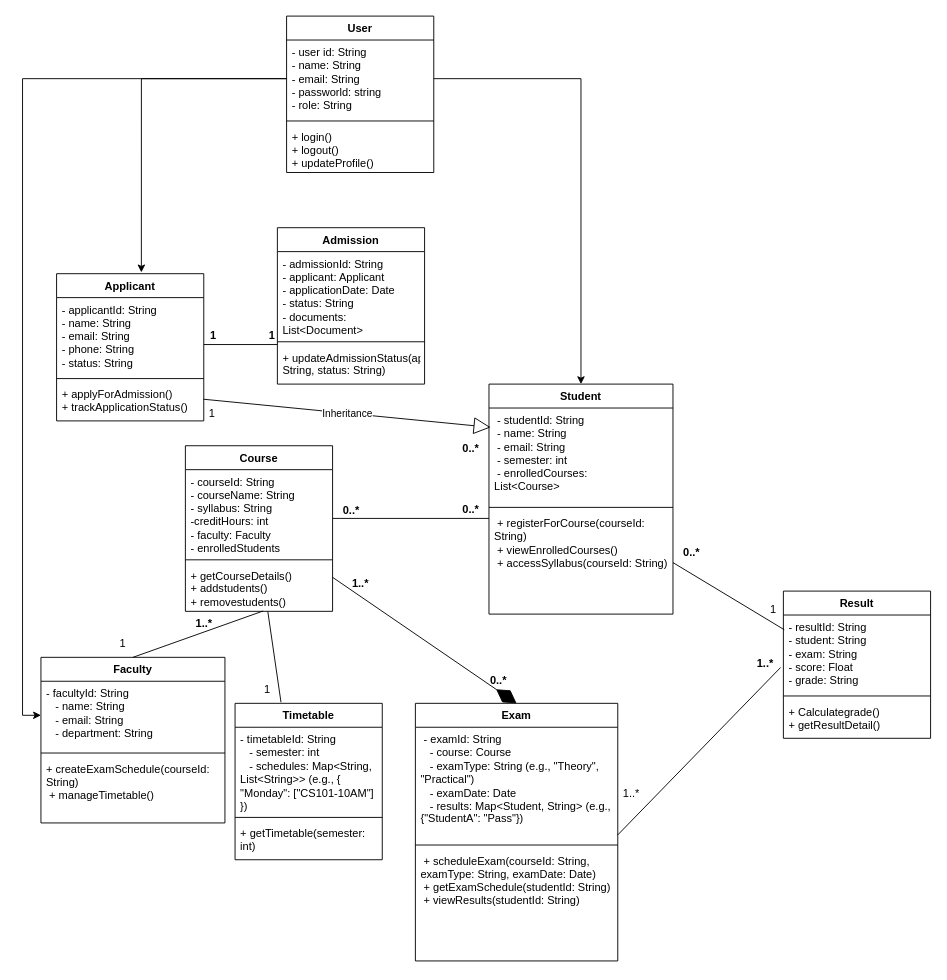
Above: Untitled Diagram.drawio in AdityaJyoti2002/Tic-Tac-Toe (draw.io), before the change. Source tidied: cells renumbered, new cells numbered last; positions are measured from the earlier drawing's top-left corner, leaving out a move shared by most shapes. Both pictures are drawn from the tidied source at 92%, with x=0, y=0 at pixel (40, 16).
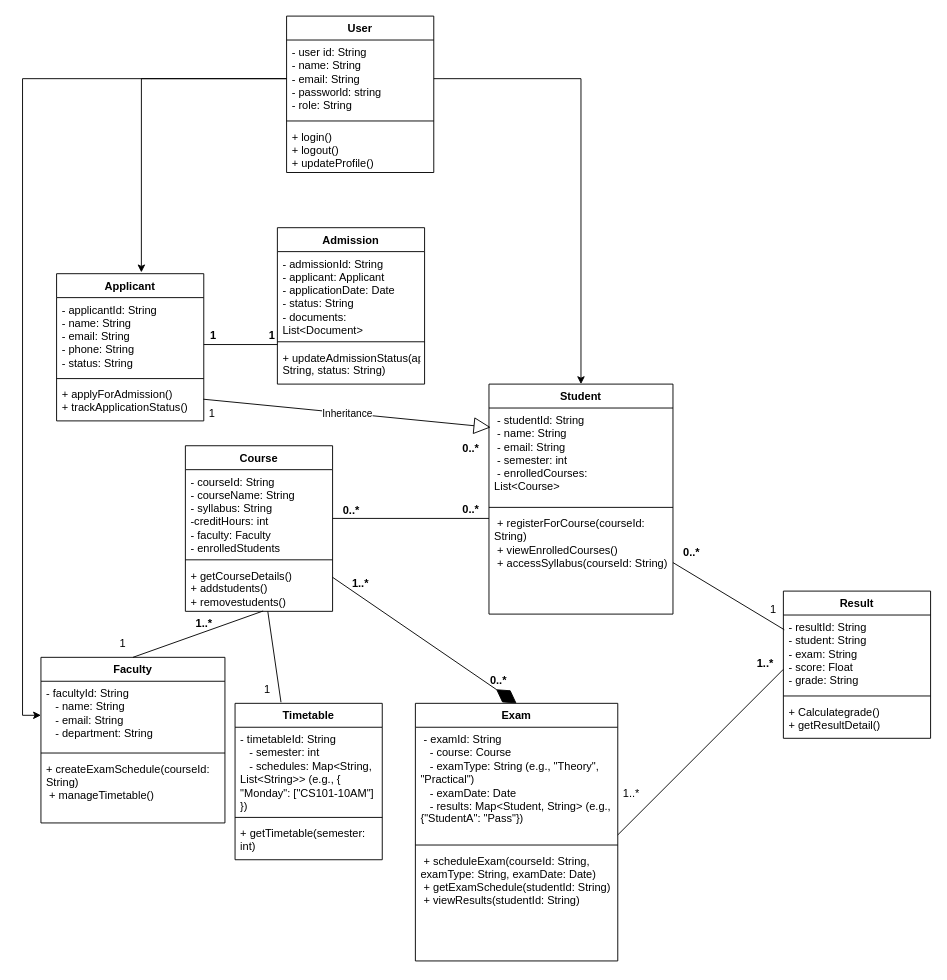
The same page after the edit.

Unchanged cells that the change refers to:
```xml
<mxCell id="47" value="- resultId: String&lt;br&gt;- student: String&lt;br&gt;- exam: String&lt;br&gt;- score: Float&lt;div&gt;- grade: String&lt;/div&gt;" style="text;strokeColor=none;fillColor=none;align=left;verticalAlign=top;spacingLeft=4;spacingRight=4;overflow=hidden;points=[[0,0.5],[1,0.5]];portConstraint=eastwest;whiteSpace=wrap;html=1;" parent="46" vertex="1">
  <mxGeometry y="26" width="160" height="84" as="geometry" />
</mxCell>
```

The edit, as a diff of the source:
```diff
@@
-    <mxCell id="50" style="endArrow=none;html=1;rounded=0;entryX=-0.019;entryY=0.679;entryDx=0;entryDy=0;entryPerimeter=0;" parent="1" edge="1" target="47">
+    <mxCell id="50" style="endArrow=none;html=1;rounded=0;" parent="1" edge="1">
       <mxGeometry relative="1" as="geometry">
         <mxPoint x="627" y="890" as="sourcePoint" />
+        <mxPoint x="807" y="710" as="targetPoint" />
       </mxGeometry>
     </mxCell>
```
